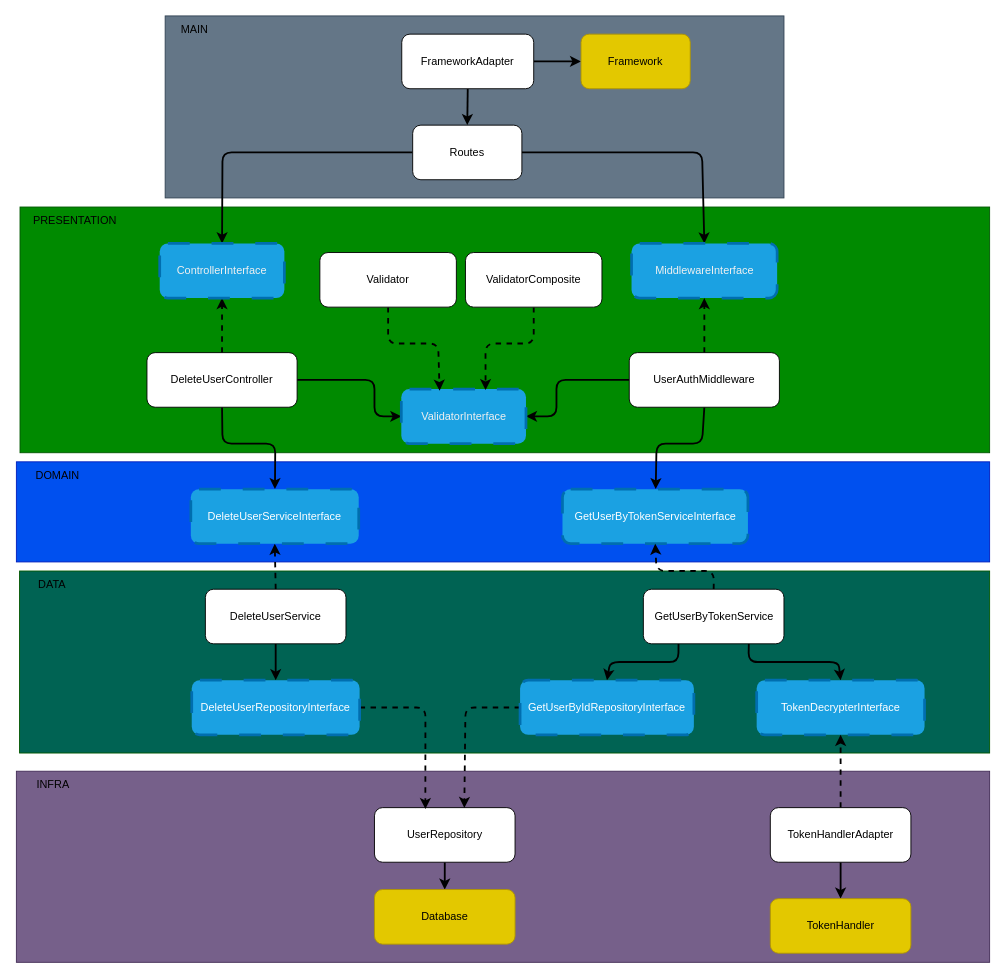
The draw.io diagram diagrams/delete-user.drawio in DouglasVolcato/node-tdd-clean-architecture, before the edit. Source tidied: cells renumbered, new cells numbered last; positions are measured from the earlier drawing's top-left corner, leaving out a move shared by most shapes. Both pictures are drawn from the tidied source at 91%, with x=0, y=0 at pixel (15, 15).
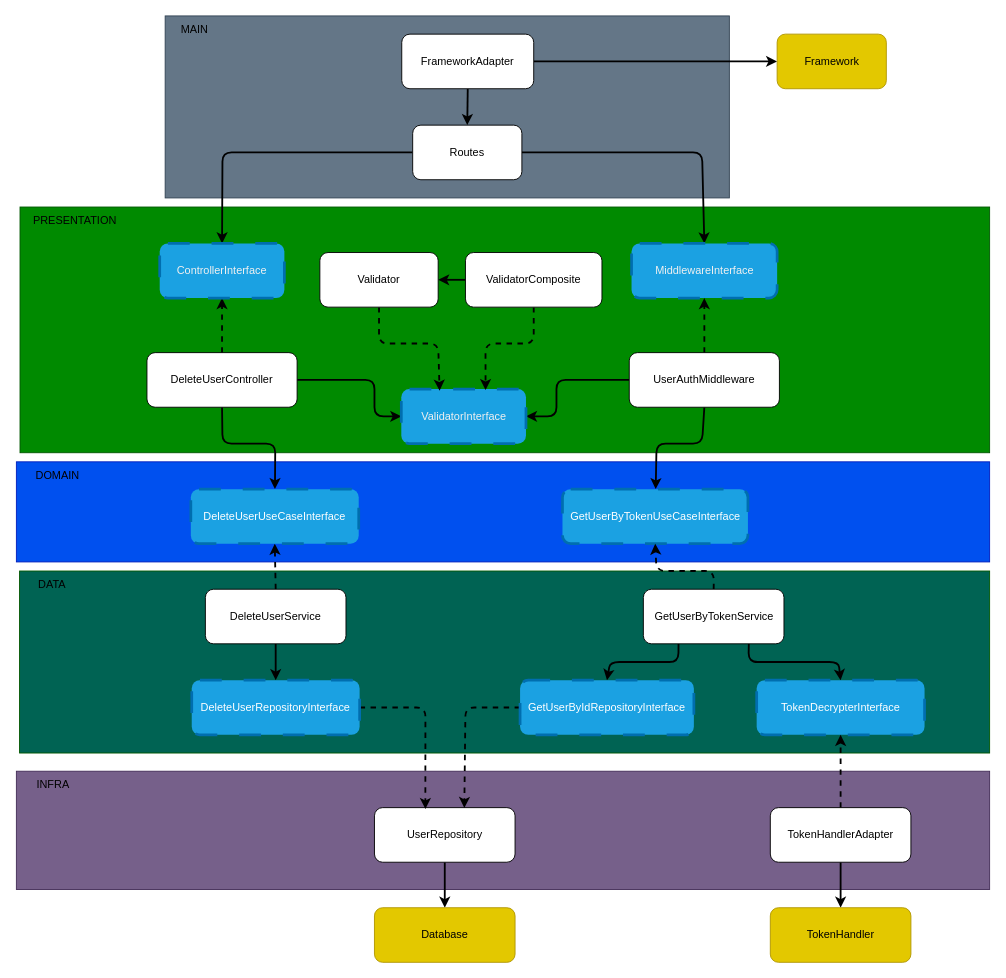
After the change.

Unchanged cells that the change refers to:
```xml
<mxCell id="37" value="&lt;span style=&quot;color: rgb(240, 240, 240);&quot;&gt;ValidatorInterface&lt;/span&gt;" style="rounded=1;whiteSpace=wrap;html=1;dashed=1;dashPattern=8 8;strokeWidth=3;fillColor=#1ba1e2;fontColor=#ffffff;strokeColor=#006EAF;" parent="1" vertex="1">
  <mxGeometry x="423.5" y="410" width="137" height="60" as="geometry" />
</mxCell>
<mxCell id="51" value="ValidatorComposite" style="rounded=1;whiteSpace=wrap;html=1;" parent="1" vertex="1">
  <mxGeometry x="494" y="260" width="150" height="60" as="geometry" />
</mxCell>
```

Change to the diagram source:
```diff
@@
     <mxCell id="3" style="rounded=0;whiteSpace=wrap;html=1;fillColor=#76608a;fontColor=#ffffff;strokeColor=#432D57;" parent="1" vertex="1">
-      <mxGeometry x="0.5" y="830" width="1069.5" height="210" as="geometry" />
+      <mxGeometry x="0.5" y="830" width="1069.5" height="130" as="geometry" />
     </mxCell>
@@
     <mxCell id="6" style="rounded=0;whiteSpace=wrap;html=1;fillColor=#647687;fontColor=#ffffff;strokeColor=#314354;" parent="1" vertex="1">
-      <mxGeometry x="164" width="680" height="200" as="geometry" />
+      <mxGeometry x="164" width="620" height="200" as="geometry" />
     </mxCell>
@@
     <mxCell id="22" value="Database" style="rounded=1;whiteSpace=wrap;html=1;fillColor=#e3c800;fontColor=#000000;strokeColor=#B09500;" parent="1" vertex="1">
-      <mxGeometry x="394" y="960" width="154.5" height="60" as="geometry" />
+      <mxGeometry x="394" y="980" width="154.5" height="60" as="geometry" />
     </mxCell>
@@
-    <mxCell id="29" value="DeleteUserServiceInterface" style="rounded=1;whiteSpace=wrap;html=1;dashed=1;dashPattern=8 8;strokeWidth=3;fillColor=#1ba1e2;fontColor=#ffffff;strokeColor=#006EAF;" parent="1" vertex="1">
+    <mxCell id="29" value="DeleteUserUseCaseInterface" style="rounded=1;whiteSpace=wrap;html=1;dashed=1;dashPattern=8 8;strokeWidth=3;fillColor=#1ba1e2;fontColor=#ffffff;strokeColor=#006EAF;" parent="1" vertex="1">
       <mxGeometry x="192.2" y="520" width="184.5" height="60" as="geometry" />
     </mxCell>
@@
     <mxCell id="31" value="Framework" style="rounded=1;whiteSpace=wrap;html=1;fillColor=#e3c800;fontColor=#000000;strokeColor=#B09500;" parent="1" vertex="1">
-      <mxGeometry x="621" y="20" width="120" height="60" as="geometry" />
+      <mxGeometry x="836.5" y="20" width="120" height="60" as="geometry" />
     </mxCell>
@@
-    <mxCell id="38" value="GetUserByTokenServiceInterface" style="rounded=1;whiteSpace=wrap;html=1;dashed=1;dashPattern=8 8;strokeWidth=3;fillColor=#1ba1e2;fontColor=#ffffff;strokeColor=#006EAF;" parent="1" vertex="1">
+    <mxCell id="38" value="GetUserByTokenUseCaseInterface" style="rounded=1;whiteSpace=wrap;html=1;dashed=1;dashPattern=8 8;strokeWidth=3;fillColor=#1ba1e2;fontColor=#ffffff;strokeColor=#006EAF;" parent="1" vertex="1">
       <mxGeometry x="600.6" y="520" width="203.8" height="60" as="geometry" />
     </mxCell>
@@
     <mxCell id="49" value="TokenHandler" style="rounded=1;whiteSpace=wrap;html=1;fillColor=#e3c800;fontColor=#000000;strokeColor=#B09500;" parent="1" vertex="1">
-      <mxGeometry x="829" y="970" width="154.5" height="60" as="geometry" />
+      <mxGeometry x="829" y="980" width="154.5" height="60" as="geometry" />
     </mxCell>
@@
+    <mxCell id="55" style="edgeStyle=none;html=1;exitX=0;exitY=0.5;exitDx=0;exitDy=0;entryX=1;entryY=0.5;entryDx=0;entryDy=0;strokeWidth=2;" parent="1" edge="1" source="51" target="53">
+      <mxGeometry relative="1" as="geometry" />
+    </mxCell>
@@
     <mxCell id="52" style="edgeStyle=none;html=1;exitX=0.5;exitY=1;exitDx=0;exitDy=0;entryX=0.307;entryY=0.03;entryDx=0;entryDy=0;entryPerimeter=0;dashed=1;strokeWidth=2;" parent="1" edge="1" source="53" target="37">
       <mxGeometry relative="1" as="geometry">
         <Array as="points">
-          <mxPoint x="409" y="360" />
+          <mxPoint x="399" y="360" />
           <mxPoint x="464" y="360" />
         </Array>
       </mxGeometry>
     </mxCell>
     <mxCell id="53" value="Validator" style="rounded=1;whiteSpace=wrap;html=1;" parent="1" vertex="1">
-      <mxGeometry x="334" y="260" width="150" height="60" as="geometry" />
+      <mxGeometry x="334" y="260" width="130" height="60" as="geometry" />
     </mxCell>
```
